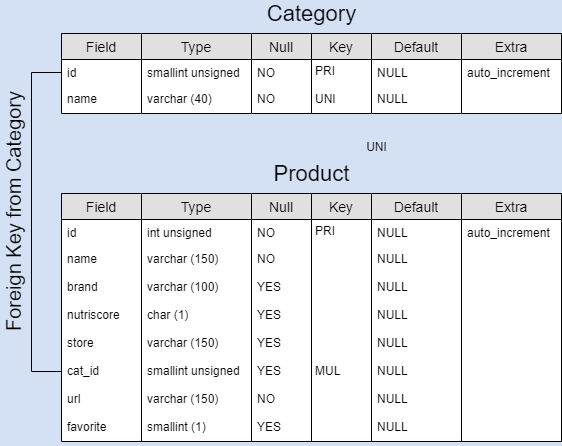
Above: physic_data_model.png in Tony380/Projet5 (draw.io), before the change. Source tidied: cells renumbered, new cells last; positions are measured from the earlier drawing's top-left corner, leaving out a move shared by most shapes.
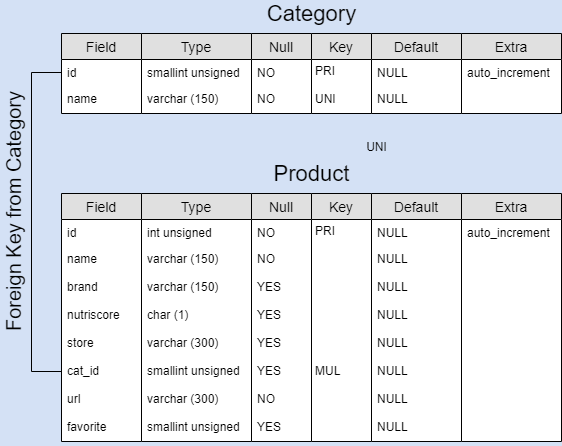
Above is the later version.

Diff of the diagram source:
```diff
@@ -37,7 +37,7 @@
     <mxCell id="11" value="smallint unsigned" style="text;strokeColor=none;fillColor=none;spacingLeft=4;spacingRight=4;overflow=hidden;fontSize=12;" parent="10" vertex="1">
       <mxGeometry y="26" width="110" height="26" as="geometry" />
     </mxCell>
-    <mxCell id="12" value="varchar (40)" style="text;strokeColor=none;fillColor=none;spacingLeft=4;spacingRight=4;overflow=hidden;fontSize=12;" parent="10" vertex="1">
+    <mxCell id="12" value="varchar (150)" style="text;strokeColor=none;fillColor=none;spacingLeft=4;spacingRight=4;overflow=hidden;fontSize=12;" parent="10" vertex="1">
       <mxGeometry y="52" width="110" height="28" as="geometry" />
     </mxCell>
     <mxCell id="13" value="Key" style="swimlane;fontStyle=0;horizontal=1;startSize=26;fillColor=#e0e0e0;swimlaneFillColor=#ffffff;align=center;fontSize=14;" parent="1" vertex="1">
@@ -82,22 +82,22 @@
     <mxCell id="26" value="varchar (150)" style="text;strokeColor=none;fillColor=none;spacingLeft=4;spacingRight=4;overflow=hidden;fontSize=12;" parent="24" vertex="1">
       <mxGeometry y="52" width="110" height="28" as="geometry" />
     </mxCell>
-    <mxCell id="27" value="varchar (100)" style="text;strokeColor=none;fillColor=none;spacingLeft=4;spacingRight=4;overflow=hidden;fontSize=12;" parent="24" vertex="1">
+    <mxCell id="27" value="varchar (150)" style="text;strokeColor=none;fillColor=none;spacingLeft=4;spacingRight=4;overflow=hidden;fontSize=12;" parent="24" vertex="1">
       <mxGeometry y="80" width="110" height="28" as="geometry" />
     </mxCell>
     <mxCell id="28" value="char (1)" style="text;strokeColor=none;fillColor=none;spacingLeft=4;spacingRight=4;overflow=hidden;fontSize=12;" parent="24" vertex="1">
       <mxGeometry y="108" width="110" height="28" as="geometry" />
     </mxCell>
-    <mxCell id="29" value="varchar (150)" style="text;strokeColor=none;fillColor=none;spacingLeft=4;spacingRight=4;overflow=hidden;fontSize=12;" parent="24" vertex="1">
+    <mxCell id="29" value="varchar (300)" style="text;strokeColor=none;fillColor=none;spacingLeft=4;spacingRight=4;overflow=hidden;fontSize=12;" parent="24" vertex="1">
       <mxGeometry y="136" width="110" height="28" as="geometry" />
     </mxCell>
     <mxCell id="30" value="smallint unsigned" style="text;strokeColor=none;fillColor=none;spacingLeft=4;spacingRight=4;overflow=hidden;fontSize=12;" parent="24" vertex="1">
       <mxGeometry y="164" width="110" height="28" as="geometry" />
     </mxCell>
-    <mxCell id="31" value="varchar (150)" style="text;strokeColor=none;fillColor=none;spacingLeft=4;spacingRight=4;overflow=hidden;fontSize=12;" parent="24" vertex="1">
+    <mxCell id="31" value="varchar (300)" style="text;strokeColor=none;fillColor=none;spacingLeft=4;spacingRight=4;overflow=hidden;fontSize=12;" parent="24" vertex="1">
       <mxGeometry y="192" width="110" height="28" as="geometry" />
     </mxCell>
-    <mxCell id="32" value="smallint (1)" style="text;strokeColor=none;fillColor=none;spacingLeft=4;spacingRight=4;overflow=hidden;fontSize=12;" parent="24" vertex="1">
+    <mxCell id="32" value="smallint unsigned" style="text;strokeColor=none;fillColor=none;spacingLeft=4;spacingRight=4;overflow=hidden;fontSize=12;" parent="24" vertex="1">
       <mxGeometry y="220" width="110" height="28" as="geometry" />
     </mxCell>
     <mxCell id="33" value="Extra" style="swimlane;fontStyle=0;horizontal=1;startSize=26;fillColor=#e0e0e0;swimlaneFillColor=#ffffff;align=center;fontSize=14;" parent="1" vertex="1">
```
